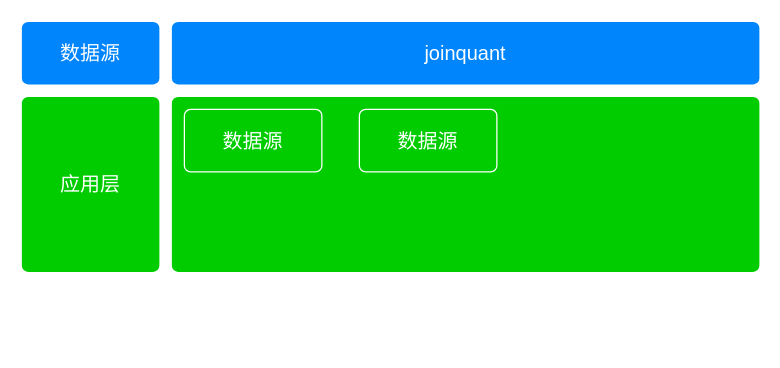
This is drawio/未命名绘图.drawio from jayed008/notebook, a draw.io file, before an edit. Source tidied: cells renumbered, new cells numbered last; positions are measured from the earlier drawing's top-left corner, leaving out a move shared by most shapes. Both pictures are drawn from the tidied source at 125%, with x=0, y=0 at pixel (21, 21).
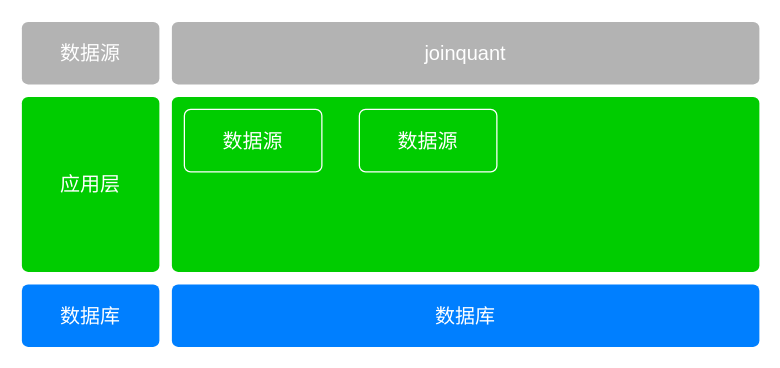
The same page after the edit.

Commit message (it also covers changes not shown here):
更新未命名绘图.drawio

Diff of the diagram source:
```diff
@@
 <mxGraphModel>
   <root>
     <mxCell id="0" />
     <mxCell id="1" parent="0" />
-    <mxCell id="2" value="数据源" style="html=1;shadow=0;dashed=0;shape=mxgraph.bootstrap.rrect;rSize=5;strokeColor=none;strokeWidth=1;fillColor=#0085FC;fontColor=#FFFFFF;whiteSpace=wrap;align=center;verticalAlign=middle;spacingLeft=0;fontStyle=0;fontSize=16;spacing=5;" parent="1" vertex="1">
+    <mxCell id="2" value="数据源" style="html=1;shadow=0;dashed=0;shape=mxgraph.bootstrap.rrect;rSize=5;strokeColor=none;strokeWidth=1;fillColor=#B3B3B3;fontColor=#FFFFFF;whiteSpace=wrap;align=center;verticalAlign=middle;spacingLeft=0;fontStyle=0;fontSize=16;spacing=5;" parent="1" vertex="1">
       <mxGeometry width="110" height="50" as="geometry" />
     </mxCell>
-    <mxCell id="3" value="joinquant" style="html=1;shadow=0;dashed=0;shape=mxgraph.bootstrap.rrect;rSize=5;strokeColor=none;strokeWidth=1;fillColor=#0085FC;fontColor=#FFFFFF;whiteSpace=wrap;align=center;verticalAlign=middle;spacingLeft=0;fontStyle=0;fontSize=16;spacing=5;" parent="1" vertex="1">
+    <mxCell id="3" value="joinquant" style="html=1;shadow=0;dashed=0;shape=mxgraph.bootstrap.rrect;rSize=5;strokeColor=none;strokeWidth=1;fillColor=#B3B3B3;fontColor=#FFFFFF;whiteSpace=wrap;align=center;verticalAlign=middle;spacingLeft=0;fontStyle=0;fontSize=16;spacing=5;" parent="1" vertex="1">
       <mxGeometry x="120" width="470" height="50" as="geometry" />
     </mxCell>
     <mxCell id="4" value="应用层" style="html=1;shadow=0;dashed=0;shape=mxgraph.bootstrap.rrect;rSize=5;strokeColor=none;strokeWidth=1;fillColor=#00CC00;fontColor=#FFFFFF;whiteSpace=wrap;align=center;verticalAlign=middle;spacingLeft=0;fontStyle=0;fontSize=16;spacing=5;" parent="1" vertex="1">
       <mxGeometry y="60" width="110" height="140" as="geometry" />
     </mxCell>
     <mxCell id="5" style="html=1;shadow=0;dashed=0;shape=mxgraph.bootstrap.rrect;rSize=5;strokeColor=none;strokeWidth=1;fillColor=#00CC00;fontColor=#FFFFFF;whiteSpace=wrap;align=center;verticalAlign=middle;spacingLeft=0;fontStyle=0;fontSize=16;spacing=5;" parent="1" vertex="1">
       <mxGeometry x="120" y="60" width="470" height="140" as="geometry" />
     </mxCell>
     <mxCell id="6" value="数据源" style="html=1;shadow=0;dashed=0;shape=mxgraph.bootstrap.rrect;rSize=5;strokeColor=#FFFFFF;strokeWidth=1;fillColor=none;fontColor=#FFFFFF;whiteSpace=wrap;align=center;verticalAlign=middle;spacingLeft=0;fontStyle=0;fontSize=16;spacing=5;" parent="1" vertex="1">
       <mxGeometry x="130" y="70" width="110" height="50" as="geometry" />
     </mxCell>
     <mxCell id="7" value="数据源" style="html=1;shadow=0;dashed=0;shape=mxgraph.bootstrap.rrect;rSize=5;strokeColor=#FFFFFF;strokeWidth=1;fillColor=none;fontColor=#FFFFFF;whiteSpace=wrap;align=center;verticalAlign=middle;spacingLeft=0;fontStyle=0;fontSize=16;spacing=5;" parent="1" vertex="1">
       <mxGeometry x="270" y="70" width="110" height="50" as="geometry" />
     </mxCell>
+    <mxCell id="8" value="数据库" style="html=1;shadow=0;dashed=0;shape=mxgraph.bootstrap.rrect;rSize=5;strokeColor=none;strokeWidth=1;fillColor=#007FFF;fontColor=#FFFFFF;whiteSpace=wrap;align=center;verticalAlign=middle;spacingLeft=0;fontStyle=0;fontSize=16;spacing=5;" parent="1" vertex="1">
+      <mxGeometry y="210" width="110" height="50" as="geometry" />
+    </mxCell>
+    <mxCell id="9" value="数据库" style="html=1;shadow=0;dashed=0;shape=mxgraph.bootstrap.rrect;rSize=5;strokeColor=none;strokeWidth=1;fillColor=#007FFF;fontColor=#FFFFFF;whiteSpace=wrap;align=center;verticalAlign=middle;spacingLeft=0;fontStyle=0;fontSize=16;spacing=5;" parent="1" vertex="1">
+      <mxGeometry x="120" y="210" width="470" height="50" as="geometry" />
+    </mxCell>
   </root>
 </mxGraphModel>
```
